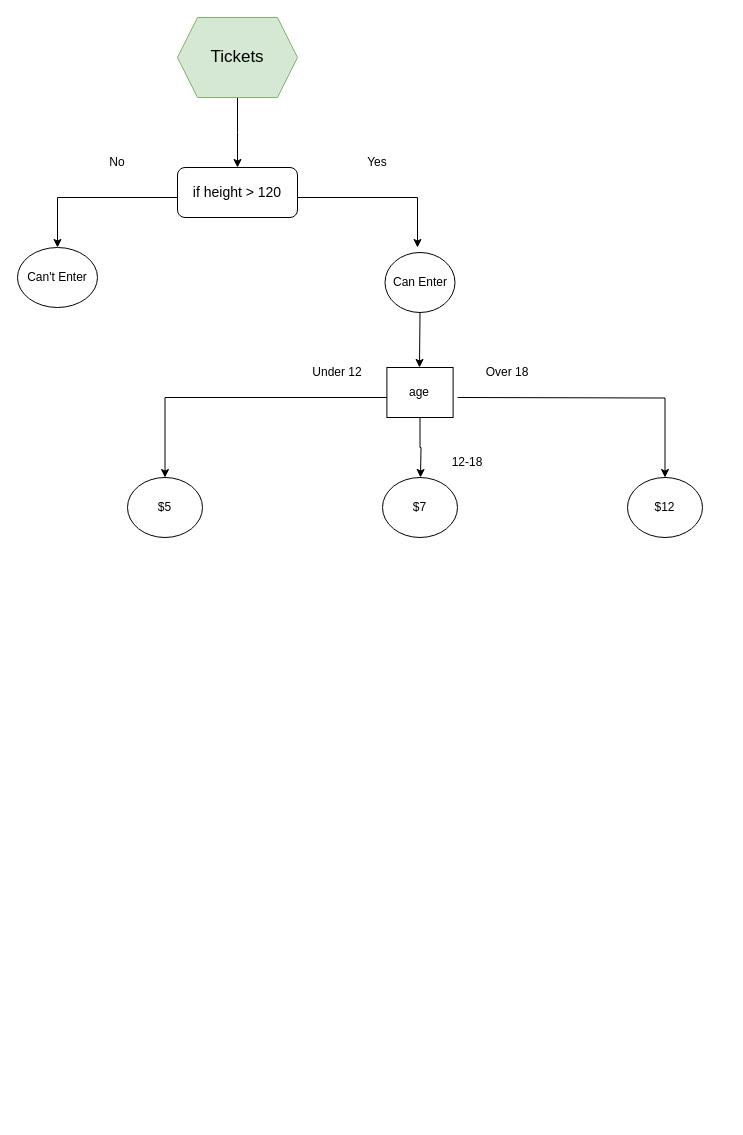
RilSteel/graph keeps this draw.io diagram as Untitled Diagram.drawio. Above is the earlier version. Source tidied: cells renumbered, new cells numbered last; positions are measured from the earlier drawing's top-left corner, leaving out a move shared by most shapes. Both pictures are drawn from the tidied source at 100%, with x=0, y=0 at pixel (17, 17).
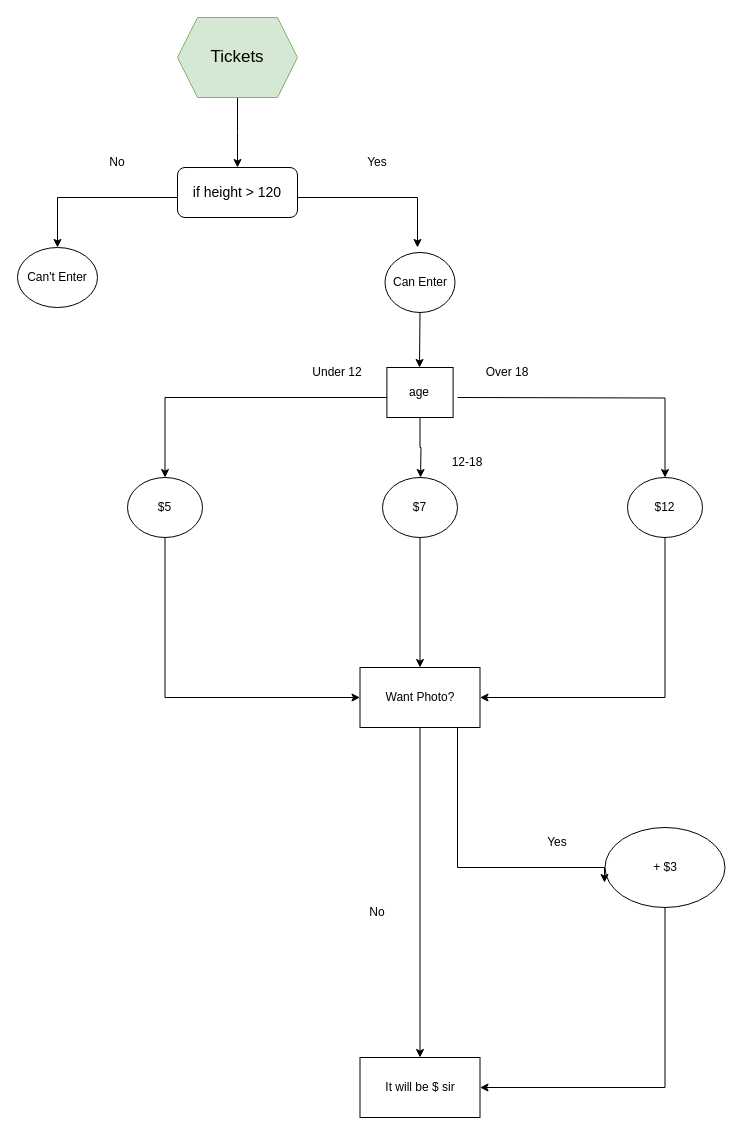
The same diagram, later.

The change refers to these unchanged cells:
```xml
<mxCell id="12" value="$5" style="ellipse;whiteSpace=wrap;html=1;" parent="1" vertex="1">
  <mxGeometry x="110" y="460" width="75" height="60" as="geometry" />
</mxCell>
<mxCell id="15" value="$12" style="ellipse;whiteSpace=wrap;html=1;" parent="1" vertex="1">
  <mxGeometry x="610" y="460" width="75" height="60" as="geometry" />
</mxCell>
<mxCell id="20" value="$7" style="ellipse;whiteSpace=wrap;html=1;" parent="1" vertex="1">
  <mxGeometry x="365" y="460" width="75" height="60" as="geometry" />
</mxCell>
```

The edit, as a diff of the source:
```diff
@@
+    <mxCell id="22" style="edgeStyle=orthogonalEdgeStyle;rounded=0;jettySize=auto;html=1;entryX=0;entryY=0.5;entryDx=0;entryDy=0;" parent="1" edge="1" source="12" target="26">
+      <mxGeometry relative="1" as="geometry">
+        <Array as="points">
+          <mxPoint x="147" y="680" />
+        </Array>
+      </mxGeometry>
+    </mxCell>
@@
+    <mxCell id="23" style="edgeStyle=orthogonalEdgeStyle;rounded=0;jettySize=auto;html=1;entryX=1;entryY=0.5;entryDx=0;entryDy=0;" parent="1" edge="1" source="15" target="26">
+      <mxGeometry relative="1" as="geometry">
+        <Array as="points">
+          <mxPoint x="647" y="680" />
+        </Array>
+      </mxGeometry>
+    </mxCell>
@@
+    <mxCell id="24" style="edgeStyle=orthogonalEdgeStyle;rounded=0;jettySize=auto;html=1;" parent="1" edge="1" source="20" target="26">
+      <mxGeometry relative="1" as="geometry" />
+    </mxCell>
@@
+    <mxCell id="25" style="edgeStyle=orthogonalEdgeStyle;rounded=0;jettySize=auto;html=1;" parent="1" edge="1" source="26" target="32">
+      <mxGeometry relative="1" as="geometry" />
+    </mxCell>
+    <mxCell id="26" value="Want Photo?" style="rounded=0;whiteSpace=wrap;html=1;" parent="1" vertex="1">
+      <mxGeometry x="342.5" y="650" width="120" height="60" as="geometry" />
+    </mxCell>
+    <mxCell id="27" style="edgeStyle=orthogonalEdgeStyle;rounded=0;jettySize=auto;html=1;entryX=1;entryY=0.5;entryDx=0;entryDy=0;" parent="1" edge="1" source="28" target="32">
+      <mxGeometry relative="1" as="geometry">
+        <Array as="points">
+          <mxPoint x="648" y="1070" />
+        </Array>
+      </mxGeometry>
+    </mxCell>
+    <mxCell id="28" value="+ $3" style="ellipse;whiteSpace=wrap;html=1;" parent="1" vertex="1">
+      <mxGeometry x="587.5" y="810" width="120" height="80" as="geometry" />
+    </mxCell>
+    <mxCell id="29" style="edgeStyle=orthogonalEdgeStyle;rounded=0;jettySize=auto;html=1;entryX=-0.004;entryY=0.688;entryDx=0;entryDy=0;entryPerimeter=0;" parent="1" edge="1" source="26" target="28">
+      <mxGeometry relative="1" as="geometry">
+        <Array as="points">
+          <mxPoint x="440" y="850" />
+          <mxPoint x="587" y="850" />
+        </Array>
+      </mxGeometry>
+    </mxCell>
+    <mxCell id="30" value="No" style="text;strokeColor=none;align=center;fillColor=none;html=1;verticalAlign=middle;whiteSpace=wrap;rounded=0;" parent="1" vertex="1">
+      <mxGeometry x="330" y="880" width="60" height="30" as="geometry" />
+    </mxCell>
+    <mxCell id="31" value="Yes" style="text;strokeColor=none;align=center;fillColor=none;html=1;verticalAlign=middle;whiteSpace=wrap;rounded=0;" parent="1" vertex="1">
+      <mxGeometry x="510" y="810" width="60" height="30" as="geometry" />
+    </mxCell>
+    <mxCell id="32" value="It will be $ sir" style="rounded=0;whiteSpace=wrap;html=1;" parent="1" vertex="1">
+      <mxGeometry x="342.5" y="1040" width="120" height="60" as="geometry" />
+    </mxCell>
```
